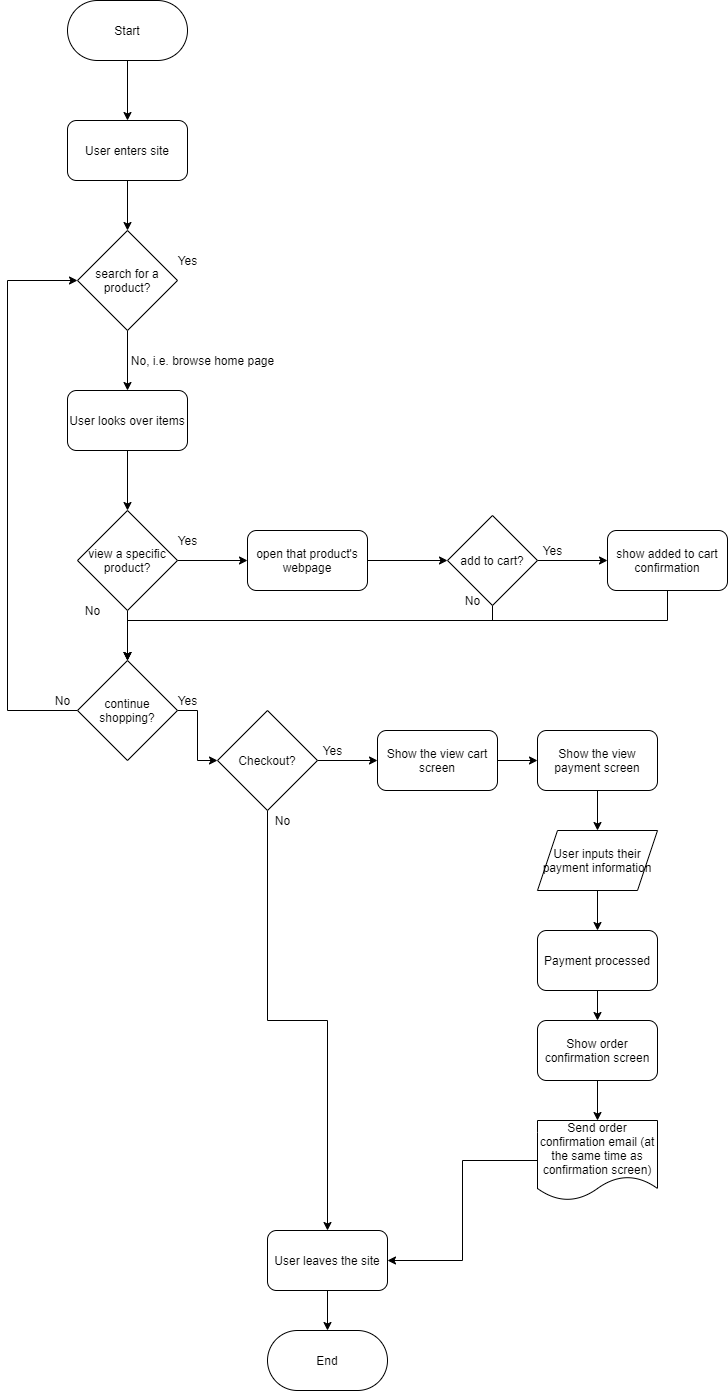
Before: explore/diagramming/diagram.drawio.png, a diagram exported from draw.io (ArturoAmaya/fa21-cse110-lab4). Source tidied: cells renumbered, new cells last; positions are measured from the earlier drawing's top-left corner, leaving out a move shared by most shapes.
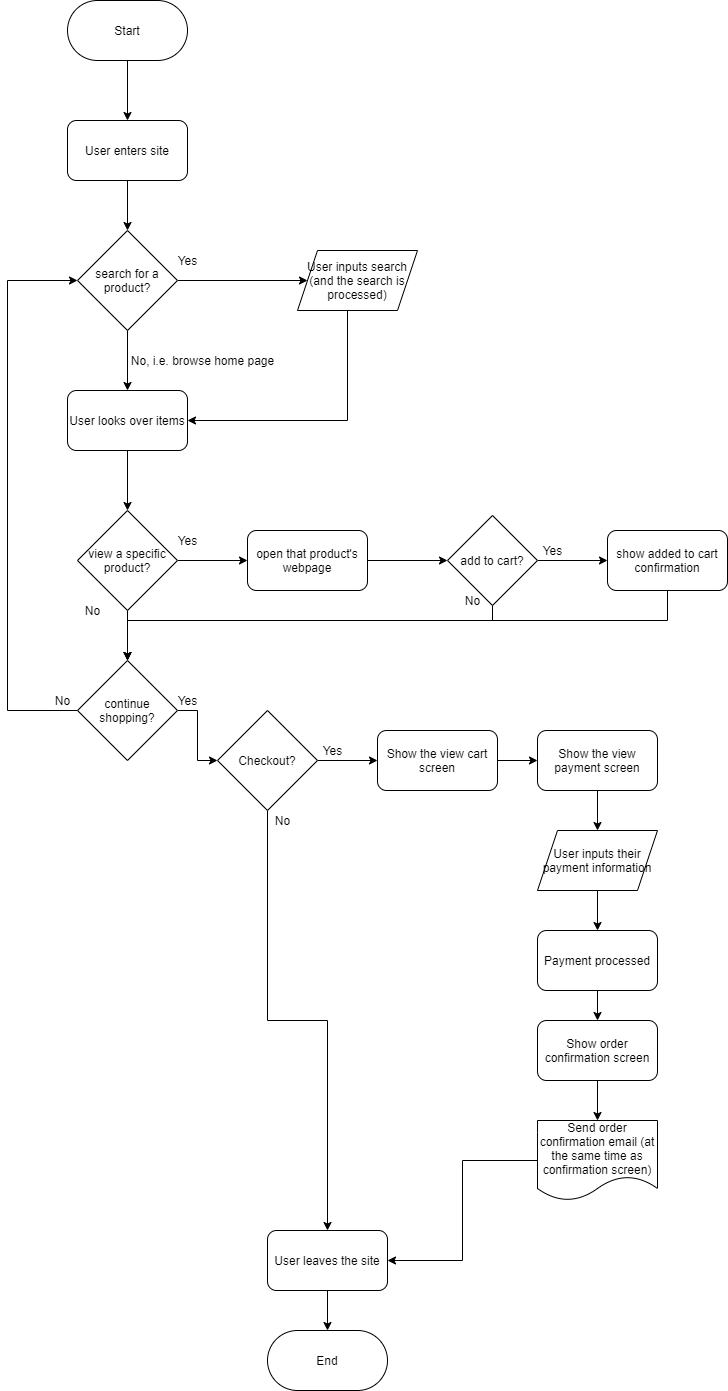
Later version of the same file.

Diff of the diagram source:
```diff
@@ -17,6 +17,9 @@
     <mxCell id="6" style="edgeStyle=orthogonalEdgeStyle;rounded=0;jettySize=auto;html=1;exitX=0.5;exitY=1;exitDx=0;exitDy=0;entryX=0.5;entryY=0;entryDx=0;entryDy=0;" parent="1" edge="1" source="7" target="9">
       <mxGeometry relative="1" as="geometry" />
     </mxCell>
+    <mxCell id="51" style="edgeStyle=orthogonalEdgeStyle;rounded=0;jettySize=auto;html=1;entryX=0;entryY=0.5;entryDx=0;entryDy=0;" parent="1" edge="1" source="7" target="53">
+      <mxGeometry relative="1" as="geometry" />
+    </mxCell>
     <mxCell id="7" value="search for a product?" style="rhombus;whiteSpace=wrap;html=1;" parent="1" vertex="1">
       <mxGeometry x="70" y="230" width="100" height="100" as="geometry" />
     </mxCell>
@@ -164,5 +167,15 @@
     <mxCell id="50" value="No" style="text;html=1;align=center;verticalAlign=middle;strokeColor=none;" parent="1" vertex="1">
       <mxGeometry x="260" y="810" width="30" height="20" as="geometry" />
     </mxCell>
+    <mxCell id="52" style="edgeStyle=orthogonalEdgeStyle;rounded=0;jettySize=auto;html=1;entryX=1;entryY=0.5;entryDx=0;entryDy=0;" parent="1" edge="1" source="53" target="9">
+      <mxGeometry relative="1" as="geometry">
+        <Array as="points">
+          <mxPoint x="340" y="420" />
+        </Array>
+      </mxGeometry>
+    </mxCell>
+    <mxCell id="53" value="&lt;span&gt;User inputs search&lt;/span&gt;&lt;br&gt;&lt;span&gt;(and the search is processed)&lt;/span&gt;" style="shape=parallelogram;perimeter=parallelogramPerimeter;whiteSpace=wrap;html=1;fixedSize=1;" parent="1" vertex="1">
+      <mxGeometry x="290" y="250" width="120" height="60" as="geometry" />
+    </mxCell>
   </root>
 </mxGraphModel>
```
